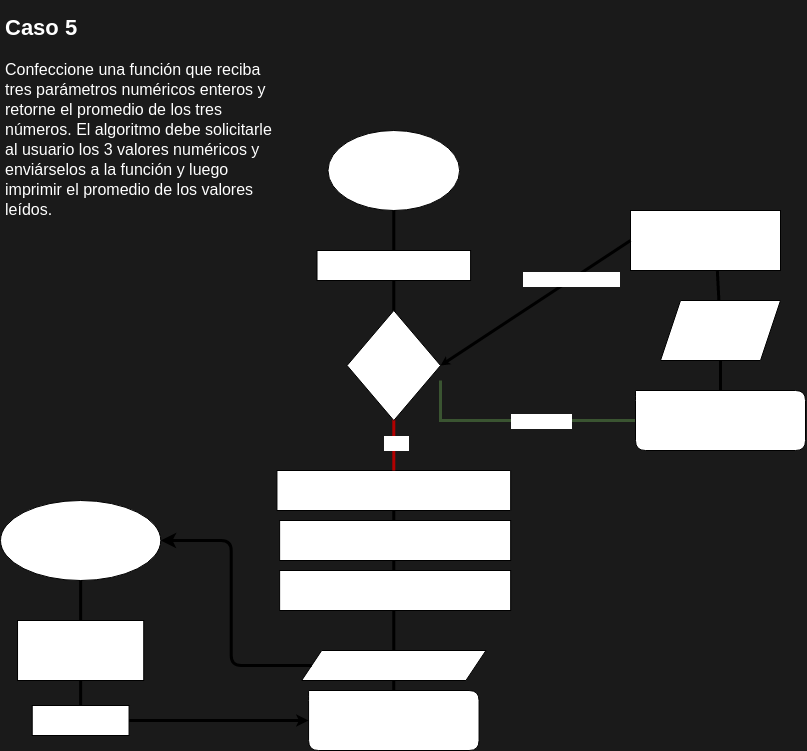
This is caso5/diagrama_de_flujo.drawio.png from raquelvalentina/cuatrimestre1proyectofinal, a draw.io export, as it was before one commit. Source tidied: cells renumbered, new cells last; positions are measured from the earlier drawing's top-left corner, leaving out a move shared by most shapes.
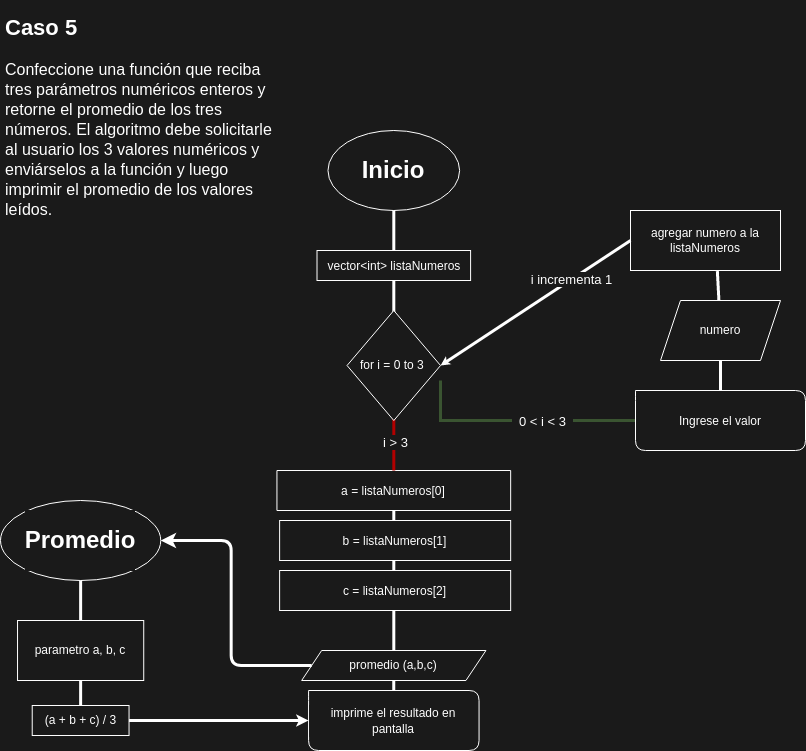
After the commit.

What changed in the source:
```diff
@@ -2,13 +2,16 @@
   <root>
     <mxCell id="0" />
     <mxCell id="1" parent="0" />
+    <mxCell id="26" style="edgeStyle=none;html=1;exitX=0;exitY=0;exitDx=116.85575364667746;exitDy=0;exitPerimeter=0;entryX=0.5;entryY=0;entryDx=0;entryDy=0;strokeWidth=3;endArrow=none;endFill=0;fontColor=#FFFFFF;strokeColor=#FFFFFF;labelBackgroundColor=#1A1A1A;" parent="1" edge="1" source="24" target="25">
+      <mxGeometry relative="1" as="geometry" />
+    </mxCell>
-    <mxCell id="2" value="&lt;h1&gt;&lt;font&gt;Caso 5&lt;/font&gt;&lt;/h1&gt;&lt;h1&gt;&lt;div style=&quot;font-size: 14px; line-height: 19px;&quot;&gt;&lt;h4 style=&quot;&quot;&gt;&lt;div style=&quot;&quot;&gt;&lt;span style=&quot;font-size: 16px; font-weight: 400;&quot;&gt;&lt;font&gt;Confeccione una función que reciba tres parámetros numéricos enteros y retorne el promedio de los tres números. El algoritmo debe solicitarle al usuario los 3 valores numéricos y enviárselos a la función y luego imprimir el promedio de los valores leídos.&lt;/font&gt;&lt;/span&gt;&lt;br&gt;&lt;/div&gt;&lt;/h4&gt;&lt;/div&gt;&lt;/h1&gt;" style="text;html=1;strokeColor=none;fillColor=none;spacing=5;spacingTop=-20;whiteSpace=wrap;overflow=hidden;rounded=0;labelBackgroundColor=none;fontSize=11;fontColor=#FFFFFF;" parent="1" vertex="1">
+    <mxCell id="2" value="&lt;h1&gt;&lt;font&gt;Caso 5&lt;/font&gt;&lt;/h1&gt;&lt;h1&gt;&lt;div style=&quot;font-size: 14px; line-height: 19px;&quot;&gt;&lt;h4 style=&quot;&quot;&gt;&lt;div style=&quot;&quot;&gt;&lt;span style=&quot;font-size: 16px; font-weight: 400;&quot;&gt;&lt;font&gt;Confeccione una función que reciba tres parámetros numéricos enteros y retorne el promedio de los tres números. El algoritmo debe solicitarle al usuario los 3 valores numéricos y enviárselos a la función y luego imprimir el promedio de los valores leídos.&lt;/font&gt;&lt;/span&gt;&lt;br&gt;&lt;/div&gt;&lt;/h4&gt;&lt;/div&gt;&lt;/h1&gt;" style="text;html=1;strokeColor=none;fillColor=none;spacing=5;spacingTop=-20;whiteSpace=wrap;overflow=hidden;rounded=0;labelBackgroundColor=#1A1A1A;fontSize=11;fontColor=#FFFFFF;" parent="1" vertex="1">
       <mxGeometry width="280" height="240" as="geometry" />
     </mxCell>
-    <mxCell id="3" style="group;fontColor=#FFFFFF;" parent="1" vertex="1">
+    <mxCell id="3" style="group;fontColor=#FFFFFF;labelBackgroundColor=#1A1A1A;" parent="1" vertex="1">
       <mxGeometry x="240" y="200" width="565" height="240" as="geometry" />
     </mxCell>
-    <mxCell id="4" style="edgeStyle=none;html=1;entryX=0;entryY=0;entryDx=0;entryDy=30;entryPerimeter=0;strokeWidth=3;endArrow=none;endFill=0;rounded=0;fillColor=#6d8764;strokeColor=#3A5431;fontColor=#FFFFFF;" parent="3" edge="1" target="6">
+    <mxCell id="4" style="edgeStyle=none;html=1;entryX=0;entryY=0;entryDx=0;entryDy=30;entryPerimeter=0;strokeWidth=3;endArrow=none;endFill=0;rounded=0;fillColor=#6d8764;strokeColor=#3A5431;fontColor=#FFFFFF;labelBackgroundColor=#1A1A1A;" parent="3" edge="1" target="6">
       <mxGeometry relative="1" as="geometry">
         <mxPoint x="200" y="170" as="sourcePoint" />
         <Array as="points">
@@ -16,113 +19,95 @@
         </Array>
       </mxGeometry>
     </mxCell>
-    <mxCell id="5" value="&amp;nbsp; 0 &amp;lt; i &amp;lt; 3&amp;nbsp;&amp;nbsp;" style="edgeLabel;html=1;align=center;verticalAlign=middle;fontSize=13;fontColor=#FFFFFF;" parent="4" vertex="1">
+    <mxCell id="5" value="&amp;nbsp; 0 &amp;lt; i &amp;lt; 3&amp;nbsp;&amp;nbsp;" style="edgeLabel;html=1;align=center;verticalAlign=middle;fontSize=13;fontColor=#FFFFFF;labelBackgroundColor=#1A1A1A;" parent="4" vertex="1">
       <mxGeometry x="0.41" y="1" relative="1" as="geometry">
         <mxPoint x="-26" y="1" as="offset" />
       </mxGeometry>
     </mxCell>
-    <mxCell id="6" value="&lt;div style=&quot;line-height: 16px;&quot;&gt;&lt;span style=&quot;&quot;&gt;Ingrese el valor&lt;/span&gt;&lt;/div&gt;" style="shape=card;whiteSpace=wrap;html=1;fontFamily=Helvetica;fontColor=#FFFFFF;labelBackgroundColor=none;size=0;rounded=1;shadow=0;" parent="3" vertex="1">
+    <mxCell id="6" value="&lt;div style=&quot;line-height: 16px;&quot;&gt;&lt;span style=&quot;&quot;&gt;Ingrese el valor&lt;/span&gt;&lt;/div&gt;" style="shape=card;whiteSpace=wrap;html=1;fontFamily=Helvetica;fontColor=#FFFFFF;labelBackgroundColor=#1A1A1A;size=0;rounded=1;shadow=0;fillColor=none;strokeColor=#FFFFFF;" parent="3" vertex="1">
       <mxGeometry x="395" y="180" width="170" height="60" as="geometry" />
     </mxCell>
-    <mxCell id="7" value="numero" style="shape=parallelogram;perimeter=parallelogramPerimeter;whiteSpace=wrap;html=1;fixedSize=1;fontColor=#FFFFFF;" parent="3" vertex="1">
+    <mxCell id="7" value="numero" style="shape=parallelogram;perimeter=parallelogramPerimeter;whiteSpace=wrap;html=1;fixedSize=1;fontColor=#FFFFFF;fillColor=none;strokeColor=#FFFFFF;labelBackgroundColor=#1A1A1A;" parent="3" vertex="1">
       <mxGeometry x="420" y="90" width="120" height="60" as="geometry" />
     </mxCell>
-    <mxCell id="8" style="edgeStyle=none;html=1;strokeWidth=3;fontSize=13;endArrow=none;endFill=0;rounded=0;fontColor=#FFFFFF;" parent="3" edge="1" source="6" target="7">
+    <mxCell id="8" style="edgeStyle=none;html=1;strokeWidth=3;fontSize=13;endArrow=none;endFill=0;rounded=0;fontColor=#FFFFFF;strokeColor=#FFFFFF;labelBackgroundColor=#1A1A1A;" parent="3" edge="1" source="6" target="7">
       <mxGeometry relative="1" as="geometry" />
     </mxCell>
-    <mxCell id="9" value="agregar numero a la listaNumeros" style="whiteSpace=wrap;html=1;fontColor=#FFFFFF;" parent="3" vertex="1">
+    <mxCell id="9" value="agregar numero a la listaNumeros" style="whiteSpace=wrap;html=1;fontColor=#FFFFFF;fillColor=none;strokeColor=#FFFFFF;labelBackgroundColor=#1A1A1A;" parent="3" vertex="1">
       <mxGeometry x="390" width="150" height="60" as="geometry" />
     </mxCell>
-    <mxCell id="10" style="edgeStyle=none;html=1;strokeWidth=3;fontSize=13;endArrow=none;endFill=0;entryX=0.579;entryY=1.01;entryDx=0;entryDy=0;entryPerimeter=0;fontColor=#FFFFFF;" parent="3" edge="1" source="7" target="9">
+    <mxCell id="10" style="edgeStyle=none;html=1;strokeWidth=3;fontSize=13;endArrow=none;endFill=0;entryX=0.579;entryY=1.01;entryDx=0;entryDy=0;entryPerimeter=0;fontColor=#FFFFFF;strokeColor=#FFFFFF;labelBackgroundColor=#1A1A1A;" parent="3" edge="1" source="7" target="9">
       <mxGeometry relative="1" as="geometry" />
     </mxCell>
-    <mxCell id="11" style="group;fontColor=#FFFFFF;" parent="1" vertex="1">
-      <mxGeometry y="120" width="526.2" height="620" as="geometry" />
-    </mxCell>
-    <mxCell id="12" style="group;fontColor=#FFFFFF;" parent="11" vertex="1">
-      <mxGeometry width="510.2" height="620" as="geometry" />
-    </mxCell>
+    <mxCell id="37" style="edgeStyle=none;html=1;exitX=0;exitY=0.5;exitDx=0;exitDy=0;strokeWidth=3;fontSize=13;endArrow=classic;endFill=1;entryX=1;entryY=0.5;entryDx=0;entryDy=0;rounded=0;endSize=0;fontColor=#FFFFFF;strokeColor=#FFFFFF;labelBackgroundColor=#1A1A1A;" parent="1" edge="1" source="9" target="30">
+      <mxGeometry relative="1" as="geometry" />
+    </mxCell>
+    <mxCell id="38" value="&amp;nbsp; i incrementa 1&amp;nbsp;&amp;nbsp;" style="edgeLabel;html=1;align=center;verticalAlign=middle;fontSize=13;fontColor=#FFFFFF;labelBackgroundColor=#1A1A1A;" parent="37" vertex="1">
+      <mxGeometry x="-0.38" y="-2" relative="1" as="geometry" />
+    </mxCell>
-    <mxCell id="13" value="&lt;h1&gt;Promedio&lt;/h1&gt;" style="ellipse;whiteSpace=wrap;html=1;fontColor=#FFFFFF;" parent="12" vertex="1">
-      <mxGeometry y="370" width="160.3" height="80" as="geometry" />
+    <mxCell id="13" value="&lt;h1&gt;Promedio&lt;/h1&gt;" style="ellipse;whiteSpace=wrap;html=1;fontColor=#FFFFFF;strokeColor=#FFFFFF;fillColor=none;labelBackgroundColor=#1A1A1A;" parent="1" vertex="1">
+      <mxGeometry y="490" width="160.3" height="80" as="geometry" />
     </mxCell>
-    <mxCell id="14" style="group;fontColor=#FFFFFF;" parent="12" vertex="1">
-      <mxGeometry x="17" width="493.1" height="620" as="geometry" />
-    </mxCell>
-    <mxCell id="15" style="group;fontColor=#FFFFFF;" parent="14" vertex="1">
-      <mxGeometry x="299.5" width="153.6" height="150" as="geometry" />
-    </mxCell>
-    <mxCell id="16" value="&lt;h1&gt;Inicio&lt;/h1&gt;" style="ellipse;whiteSpace=wrap;html=1;fontColor=#FFFFFF;" parent="15" vertex="1">
-      <mxGeometry x="11" width="131.6" height="80" as="geometry" />
-    </mxCell>
-    <mxCell id="17" value="&lt;div style=&quot;line-height: 16px;&quot;&gt;&lt;span style=&quot;&quot;&gt;vector&lt;/span&gt;&lt;span style=&quot;&quot;&gt;&amp;lt;&lt;/span&gt;&lt;span style=&quot;&quot;&gt;int&lt;/span&gt;&lt;span style=&quot;&quot;&gt;&amp;gt;&lt;/span&gt; listaNumeros&lt;/div&gt;" style="rounded=0;whiteSpace=wrap;html=1;fontColor=#FFFFFF;labelBackgroundColor=none;" parent="15" vertex="1">
-      <mxGeometry y="120" width="153.6" height="30" as="geometry" />
-    </mxCell>
-    <mxCell id="18" style="edgeStyle=none;html=1;exitX=0.5;exitY=1;exitDx=0;exitDy=0;strokeWidth=3;endArrow=none;endFill=0;fontColor=#FFFFFF;" parent="15" edge="1" source="16" target="17">
-      <mxGeometry relative="1" as="geometry" />
-    </mxCell>
+    <mxCell id="35" style="edgeStyle=none;rounded=0;html=1;exitX=0.5;exitY=1;exitDx=0;exitDy=0;strokeWidth=3;fontFamily=Helvetica;fontSize=13;fontColor=#FFFFFF;endArrow=none;endFill=0;endSize=0;strokeColor=#FFFFFF;labelBackgroundColor=#1A1A1A;" parent="1" edge="1" source="13" target="19">
+      <mxGeometry relative="1" as="geometry" />
+    </mxCell>
+    <mxCell id="36" style="edgeStyle=orthogonalEdgeStyle;html=1;exitX=0;exitY=0.5;exitDx=0;exitDy=0;startArrow=none;startFill=0;endArrow=classic;endFill=1;strokeWidth=3;entryX=1;entryY=0.5;entryDx=0;entryDy=0;fontColor=#FFFFFF;strokeColor=#FFFFFF;labelBackgroundColor=#1A1A1A;" parent="1" edge="1" source="25" target="13">
+      <mxGeometry relative="1" as="geometry" />
+    </mxCell>
-    <mxCell id="19" value="parametro a, b, c" style="whiteSpace=wrap;html=1;fontColor=#FFFFFF;" parent="14" vertex="1">
-      <mxGeometry y="490" width="126.2" height="60" as="geometry" />
+    <mxCell id="19" value="parametro a, b, c" style="whiteSpace=wrap;html=1;fontColor=#FFFFFF;strokeColor=#FFFFFF;fillColor=none;labelBackgroundColor=#1A1A1A;" parent="1" vertex="1">
+      <mxGeometry x="17" y="610" width="126.2" height="60" as="geometry" />
     </mxCell>
-    <mxCell id="20" value="(a + b + c) / 3" style="rounded=0;whiteSpace=wrap;html=1;fontColor=#FFFFFF;" parent="14" vertex="1">
-      <mxGeometry x="14.7" y="575" width="96.8" height="30" as="geometry" />
+    <mxCell id="20" value="(a + b + c) / 3" style="rounded=0;whiteSpace=wrap;html=1;fontColor=#FFFFFF;strokeColor=#FFFFFF;fillColor=none;labelBackgroundColor=#1A1A1A;" parent="1" vertex="1">
+      <mxGeometry x="31.7" y="695" width="96.8" height="30" as="geometry" />
     </mxCell>
-    <mxCell id="21" style="edgeStyle=none;rounded=0;html=1;exitX=0.5;exitY=1;exitDx=0;exitDy=0;entryX=0.5;entryY=0;entryDx=0;entryDy=0;strokeWidth=3;fontFamily=Helvetica;fontSize=13;fontColor=#FFFFFF;endArrow=none;endFill=0;endSize=0;" parent="14" edge="1" source="19" target="20">
+    <mxCell id="21" style="edgeStyle=none;rounded=0;html=1;exitX=0.5;exitY=1;exitDx=0;exitDy=0;entryX=0.5;entryY=0;entryDx=0;entryDy=0;strokeWidth=3;fontFamily=Helvetica;fontSize=13;fontColor=#FFFFFF;endArrow=none;endFill=0;endSize=0;strokeColor=#FFFFFF;labelBackgroundColor=#1A1A1A;" parent="1" edge="1" source="19" target="20">
       <mxGeometry relative="1" as="geometry" />
     </mxCell>
-    <mxCell id="22" value="&lt;div style=&quot;line-height: 16px;&quot;&gt;&lt;span style=&quot;&quot;&gt;imprime el resultado en pantalla&lt;/span&gt;&lt;/div&gt;" style="shape=card;whiteSpace=wrap;html=1;fontFamily=Helvetica;fontColor=#FFFFFF;labelBackgroundColor=none;size=0;rounded=1;shadow=0;" parent="14" vertex="1">
-      <mxGeometry x="291" y="560" width="170.5" height="60" as="geometry" />
+    <mxCell id="22" value="&lt;div style=&quot;line-height: 16px;&quot;&gt;&lt;span style=&quot;&quot;&gt;imprime el resultado en pantalla&lt;/span&gt;&lt;/div&gt;" style="shape=card;whiteSpace=wrap;html=1;fontFamily=Helvetica;fontColor=#FFFFFF;labelBackgroundColor=#1A1A1A;size=0;rounded=1;shadow=0;strokeColor=#FFFFFF;fillColor=#1A1A1A;" parent="1" vertex="1">
+      <mxGeometry x="308.1" y="680" width="170.5" height="60" as="geometry" />
     </mxCell>
-    <mxCell id="23" style="group;fontColor=#FFFFFF;" parent="14" vertex="1">
-      <mxGeometry x="259.4" y="180" width="233.7" height="370" as="geometry" />
-    </mxCell>
+    <mxCell id="33" style="edgeStyle=none;rounded=0;html=1;exitX=1;exitY=0.5;exitDx=0;exitDy=0;strokeWidth=3;fontFamily=Helvetica;fontSize=13;fontColor=#FFFFFF;endArrow=classic;endFill=1;endSize=3;entryX=0;entryY=0;entryDx=0;entryDy=30;entryPerimeter=0;startArrow=none;startFill=0;strokeColor=#FFFFFF;labelBackgroundColor=#1A1A1A;" parent="1" edge="1" source="20" target="22">
+      <mxGeometry relative="1" as="geometry" />
+    </mxCell>
+    <mxCell id="34" style="edgeStyle=none;rounded=0;html=1;exitX=0.5;exitY=1;exitDx=0;exitDy=0;strokeWidth=3;fontFamily=Helvetica;fontSize=13;fontColor=#FFFFFF;endArrow=none;endFill=0;endSize=0;strokeColor=#FFFFFF;labelBackgroundColor=#1A1A1A;" parent="1" edge="1" source="25" target="22">
+      <mxGeometry relative="1" as="geometry" />
+    </mxCell>
-    <mxCell id="24" value="&lt;div style=&quot;line-height: 16px;&quot;&gt;a &lt;span style=&quot;&quot;&gt;=&lt;/span&gt; listaNumeros&lt;span style=&quot;&quot;&gt;[&lt;/span&gt;&lt;span style=&quot;&quot;&gt;0&lt;/span&gt;&lt;span style=&quot;&quot;&gt;]&lt;/span&gt;&lt;/div&gt;" style="shape=card;whiteSpace=wrap;html=1;align=center;size=0;fontColor=#FFFFFF;labelBackgroundColor=none;fontFamily=Helvetica;" parent="23" vertex="1">
-      <mxGeometry y="160" width="233.7" height="40" as="geometry" />
+    <mxCell id="24" value="&lt;div style=&quot;line-height: 16px;&quot;&gt;a &lt;span style=&quot;&quot;&gt;=&lt;/span&gt; listaNumeros&lt;span style=&quot;&quot;&gt;[&lt;/span&gt;&lt;span style=&quot;&quot;&gt;0&lt;/span&gt;&lt;span style=&quot;&quot;&gt;]&lt;/span&gt;&lt;/div&gt;" style="shape=card;whiteSpace=wrap;html=1;align=center;size=0;fontColor=#FFFFFF;labelBackgroundColor=#1A1A1A;fontFamily=Helvetica;strokeColor=#FFFFFF;fillColor=#1A1A1A;" parent="1" vertex="1">
+      <mxGeometry x="276.4" y="460" width="233.7" height="40" as="geometry" />
     </mxCell>
-    <mxCell id="25" value="promedio (a,b,c)" style="shape=parallelogram;perimeter=parallelogramPerimeter;whiteSpace=wrap;html=1;fixedSize=1;fontColor=#FFFFFF;" parent="23" vertex="1">
-      <mxGeometry x="24.7" y="340" width="184.3" height="30" as="geometry" />
+    <mxCell id="25" value="promedio (a,b,c)" style="shape=parallelogram;perimeter=parallelogramPerimeter;whiteSpace=wrap;html=1;fixedSize=1;fontColor=#FFFFFF;strokeColor=#FFFFFF;fillColor=none;labelBackgroundColor=#1A1A1A;" parent="1" vertex="1">
+      <mxGeometry x="301.2" y="640" width="184.3" height="30" as="geometry" />
     </mxCell>
-    <mxCell id="26" style="edgeStyle=none;html=1;exitX=0.5;exitY=1;exitDx=0;exitDy=0;exitPerimeter=0;entryX=0.5;entryY=0;entryDx=0;entryDy=0;strokeWidth=3;endArrow=none;endFill=0;fontColor=#FFFFFF;" parent="23" edge="1" source="24" target="25">
-      <mxGeometry relative="1" as="geometry" />
-    </mxCell>
-    <mxCell id="27" style="edgeStyle=none;html=1;entryX=0.5;entryY=0;entryDx=0;entryDy=0;entryPerimeter=0;strokeWidth=3;endArrow=none;endFill=0;exitX=0.5;exitY=1;exitDx=0;exitDy=0;fillColor=#e51400;strokeColor=#B20000;fontColor=#FFFFFF;" parent="23" edge="1" target="24">
+    <mxCell id="27" style="edgeStyle=none;html=1;entryX=0.5;entryY=0;entryDx=0;entryDy=0;entryPerimeter=0;strokeWidth=3;endArrow=none;endFill=0;exitX=0.5;exitY=1;exitDx=0;exitDy=0;fillColor=#e51400;strokeColor=#B20000;fontColor=#FFFFFF;labelBackgroundColor=#1A1A1A;" parent="1" edge="1" target="24">
       <mxGeometry relative="1" as="geometry">
-        <mxPoint x="116.9" y="100" as="sourcePoint" />
+        <mxPoint x="393.3" y="400" as="sourcePoint" />
       </mxGeometry>
     </mxCell>
-    <mxCell id="28" value="i &amp;gt; 3" style="edgeLabel;html=1;align=center;verticalAlign=middle;fontSize=13;fontFamily=Helvetica;fontColor=#FFFFFF;" parent="27" vertex="1">
+    <mxCell id="28" value="i &amp;gt; 3" style="edgeLabel;html=1;align=center;verticalAlign=middle;fontSize=13;fontFamily=Helvetica;fontColor=#FFFFFF;labelBackgroundColor=#1A1A1A;" parent="27" vertex="1">
       <mxGeometry x="0.02" y="1" relative="1" as="geometry" />
     </mxCell>
-    <mxCell id="29" style="edgeStyle=none;html=1;exitX=0.5;exitY=1;exitDx=0;exitDy=0;strokeWidth=3;endArrow=none;endFill=0;entryX=0.5;entryY=0;entryDx=0;entryDy=0;fontColor=#FFFFFF;" parent="23" edge="1" source="17">
+    <mxCell id="29" style="edgeStyle=none;html=1;exitX=0.5;exitY=1;exitDx=0;exitDy=0;strokeWidth=3;endArrow=none;endFill=0;entryX=0.5;entryY=0;entryDx=0;entryDy=0;fontColor=#FFFFFF;strokeColor=#FFFFFF;labelBackgroundColor=#1A1A1A;" parent="1" edge="1" source="17">
       <mxGeometry relative="1" as="geometry">
-        <mxPoint x="116.9" y="70" as="targetPoint" />
+        <mxPoint x="393.3" y="370" as="targetPoint" />
       </mxGeometry>
     </mxCell>
-    <mxCell id="30" value="for i = 0 to 3&amp;nbsp;" style="rhombus;whiteSpace=wrap;html=1;fontColor=#FFFFFF;" parent="23" vertex="1">
-      <mxGeometry x="70.1" width="93.5" height="110" as="geometry" />
+    <mxCell id="30" value="for i = 0 to 3&amp;nbsp;" style="rhombus;whiteSpace=wrap;html=1;fontColor=#FFFFFF;fillColor=#1A1A1A;strokeColor=#FFFFFF;labelBackgroundColor=#1A1A1A;" parent="1" vertex="1">
+      <mxGeometry x="346.6" y="300" width="93.5" height="110" as="geometry" />
     </mxCell>
-    <mxCell id="31" value="&lt;div style=&quot;font-size: 12px; line-height: 16px;&quot;&gt;b &lt;span style=&quot;&quot;&gt;=&lt;/span&gt; listaNumeros&lt;span style=&quot;&quot;&gt;[&lt;/span&gt;&lt;span style=&quot;&quot;&gt;1&lt;/span&gt;&lt;span style=&quot;&quot;&gt;]&lt;/span&gt;&lt;/div&gt;" style="rounded=0;whiteSpace=wrap;html=1;shadow=0;labelBackgroundColor=none;fontFamily=Helvetica;fontSize=13;fontColor=#FFFFFF;" parent="23" vertex="1">
-      <mxGeometry x="2.7" y="210" width="231" height="40" as="geometry" />
+    <mxCell id="31" value="&lt;div style=&quot;font-size: 12px; line-height: 16px;&quot;&gt;b &lt;span style=&quot;&quot;&gt;=&lt;/span&gt; listaNumeros&lt;span style=&quot;&quot;&gt;[&lt;/span&gt;&lt;span style=&quot;&quot;&gt;1&lt;/span&gt;&lt;span style=&quot;&quot;&gt;]&lt;/span&gt;&lt;/div&gt;" style="rounded=0;whiteSpace=wrap;html=1;shadow=0;labelBackgroundColor=#1A1A1A;fontFamily=Helvetica;fontSize=13;fontColor=#FFFFFF;strokeColor=#FFFFFF;fillColor=#1A1A1A;" parent="1" vertex="1">
+      <mxGeometry x="279.1" y="510" width="231" height="40" as="geometry" />
     </mxCell>
-    <mxCell id="32" value="&lt;div style=&quot;font-size: 12px; line-height: 16px;&quot;&gt;c &lt;span style=&quot;&quot;&gt;=&lt;/span&gt; listaNumeros&lt;span style=&quot;&quot;&gt;[&lt;/span&gt;&lt;span style=&quot;&quot;&gt;2&lt;/span&gt;&lt;span style=&quot;&quot;&gt;]&lt;/span&gt;&lt;/div&gt;" style="rounded=0;whiteSpace=wrap;html=1;shadow=0;labelBackgroundColor=none;fontFamily=Helvetica;fontSize=13;fontColor=#FFFFFF;" parent="23" vertex="1">
-      <mxGeometry x="2.7" y="260" width="231" height="40" as="geometry" />
+    <mxCell id="32" value="&lt;div style=&quot;font-size: 12px; line-height: 16px;&quot;&gt;c &lt;span style=&quot;&quot;&gt;=&lt;/span&gt; listaNumeros&lt;span style=&quot;&quot;&gt;[&lt;/span&gt;&lt;span style=&quot;&quot;&gt;2&lt;/span&gt;&lt;span style=&quot;&quot;&gt;]&lt;/span&gt;&lt;/div&gt;" style="rounded=0;whiteSpace=wrap;html=1;shadow=0;labelBackgroundColor=#1A1A1A;fontFamily=Helvetica;fontSize=13;fontColor=#FFFFFF;strokeColor=#FFFFFF;fillColor=#1A1A1A;" parent="1" vertex="1">
+      <mxGeometry x="279.1" y="560" width="231" height="40" as="geometry" />
     </mxCell>
-    <mxCell id="33" style="edgeStyle=none;rounded=0;html=1;exitX=1;exitY=0.5;exitDx=0;exitDy=0;strokeWidth=3;fontFamily=Helvetica;fontSize=13;fontColor=#FFFFFF;endArrow=classic;endFill=1;endSize=3;entryX=0;entryY=0;entryDx=0;entryDy=30;entryPerimeter=0;startArrow=none;startFill=0;" parent="14" edge="1" source="20" target="22">
-      <mxGeometry relative="1" as="geometry" />
-    </mxCell>
-    <mxCell id="34" style="edgeStyle=none;rounded=0;html=1;exitX=0.5;exitY=1;exitDx=0;exitDy=0;strokeWidth=3;fontFamily=Helvetica;fontSize=13;fontColor=#FFFFFF;endArrow=none;endFill=0;endSize=0;" parent="14" edge="1" source="25" target="22">
-      <mxGeometry relative="1" as="geometry" />
-    </mxCell>
-    <mxCell id="35" style="edgeStyle=none;rounded=0;html=1;exitX=0.5;exitY=1;exitDx=0;exitDy=0;strokeWidth=3;fontFamily=Helvetica;fontSize=13;fontColor=#FFFFFF;endArrow=none;endFill=0;endSize=0;" parent="12" edge="1" source="13" target="19">
-      <mxGeometry relative="1" as="geometry" />
-    </mxCell>
-    <mxCell id="36" style="edgeStyle=orthogonalEdgeStyle;html=1;exitX=0;exitY=0.5;exitDx=0;exitDy=0;startArrow=none;startFill=0;endArrow=classic;endFill=1;strokeWidth=3;entryX=1;entryY=0.5;entryDx=0;entryDy=0;fontColor=#FFFFFF;" parent="12" edge="1" source="25" target="13">
-      <mxGeometry relative="1" as="geometry" />
-    </mxCell>
-    <mxCell id="37" style="edgeStyle=none;html=1;exitX=0;exitY=0.5;exitDx=0;exitDy=0;strokeWidth=3;fontSize=13;endArrow=classic;endFill=1;entryX=1;entryY=0.5;entryDx=0;entryDy=0;rounded=0;endSize=0;fontColor=#FFFFFF;" parent="1" edge="1" source="9" target="30">
-      <mxGeometry relative="1" as="geometry" />
-    </mxCell>
-    <mxCell id="38" value="&amp;nbsp; i incrementa 1&amp;nbsp;&amp;nbsp;" style="edgeLabel;html=1;align=center;verticalAlign=middle;fontSize=13;fontColor=#FFFFFF;" parent="37" vertex="1">
-      <mxGeometry x="-0.38" y="-2" relative="1" as="geometry" />
-    </mxCell>
+    <mxCell id="16" value="&lt;h1&gt;Inicio&lt;/h1&gt;" style="ellipse;whiteSpace=wrap;html=1;fontColor=#FFFFFF;fillColor=none;strokeColor=#FFFFFF;labelBackgroundColor=#1A1A1A;" parent="1" vertex="1">
+      <mxGeometry x="327.5" y="120" width="131.6" height="80" as="geometry" />
+    </mxCell>
+    <mxCell id="17" value="&lt;div style=&quot;line-height: 16px;&quot;&gt;&lt;span style=&quot;&quot;&gt;vector&lt;/span&gt;&lt;span style=&quot;&quot;&gt;&amp;lt;&lt;/span&gt;&lt;span style=&quot;&quot;&gt;int&lt;/span&gt;&lt;span style=&quot;&quot;&gt;&amp;gt;&lt;/span&gt; listaNumeros&lt;/div&gt;" style="rounded=0;whiteSpace=wrap;html=1;fontColor=#FFFFFF;labelBackgroundColor=#1A1A1A;fillColor=none;strokeColor=#FFFFFF;" parent="1" vertex="1">
+      <mxGeometry x="316.5" y="240" width="153.6" height="30" as="geometry" />
+    </mxCell>
+    <mxCell id="18" style="edgeStyle=none;html=1;exitX=0.5;exitY=1;exitDx=0;exitDy=0;strokeWidth=3;endArrow=none;endFill=0;fontColor=#FFFFFF;strokeColor=#FFFFFF;labelBackgroundColor=#1A1A1A;" parent="1" edge="1" source="16" target="17">
+      <mxGeometry relative="1" as="geometry" />
+    </mxCell>
   </root>
 </mxGraphModel>
```
